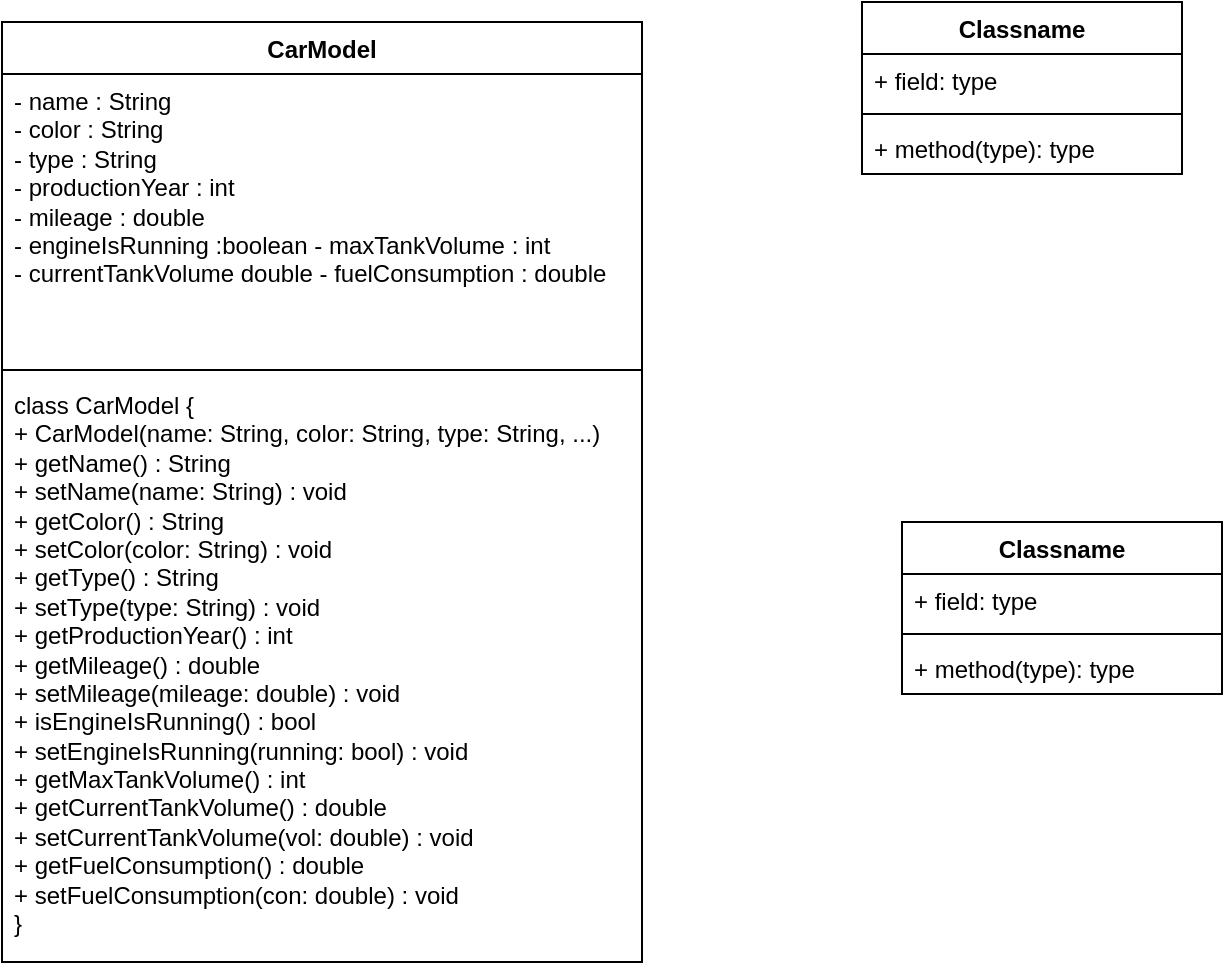
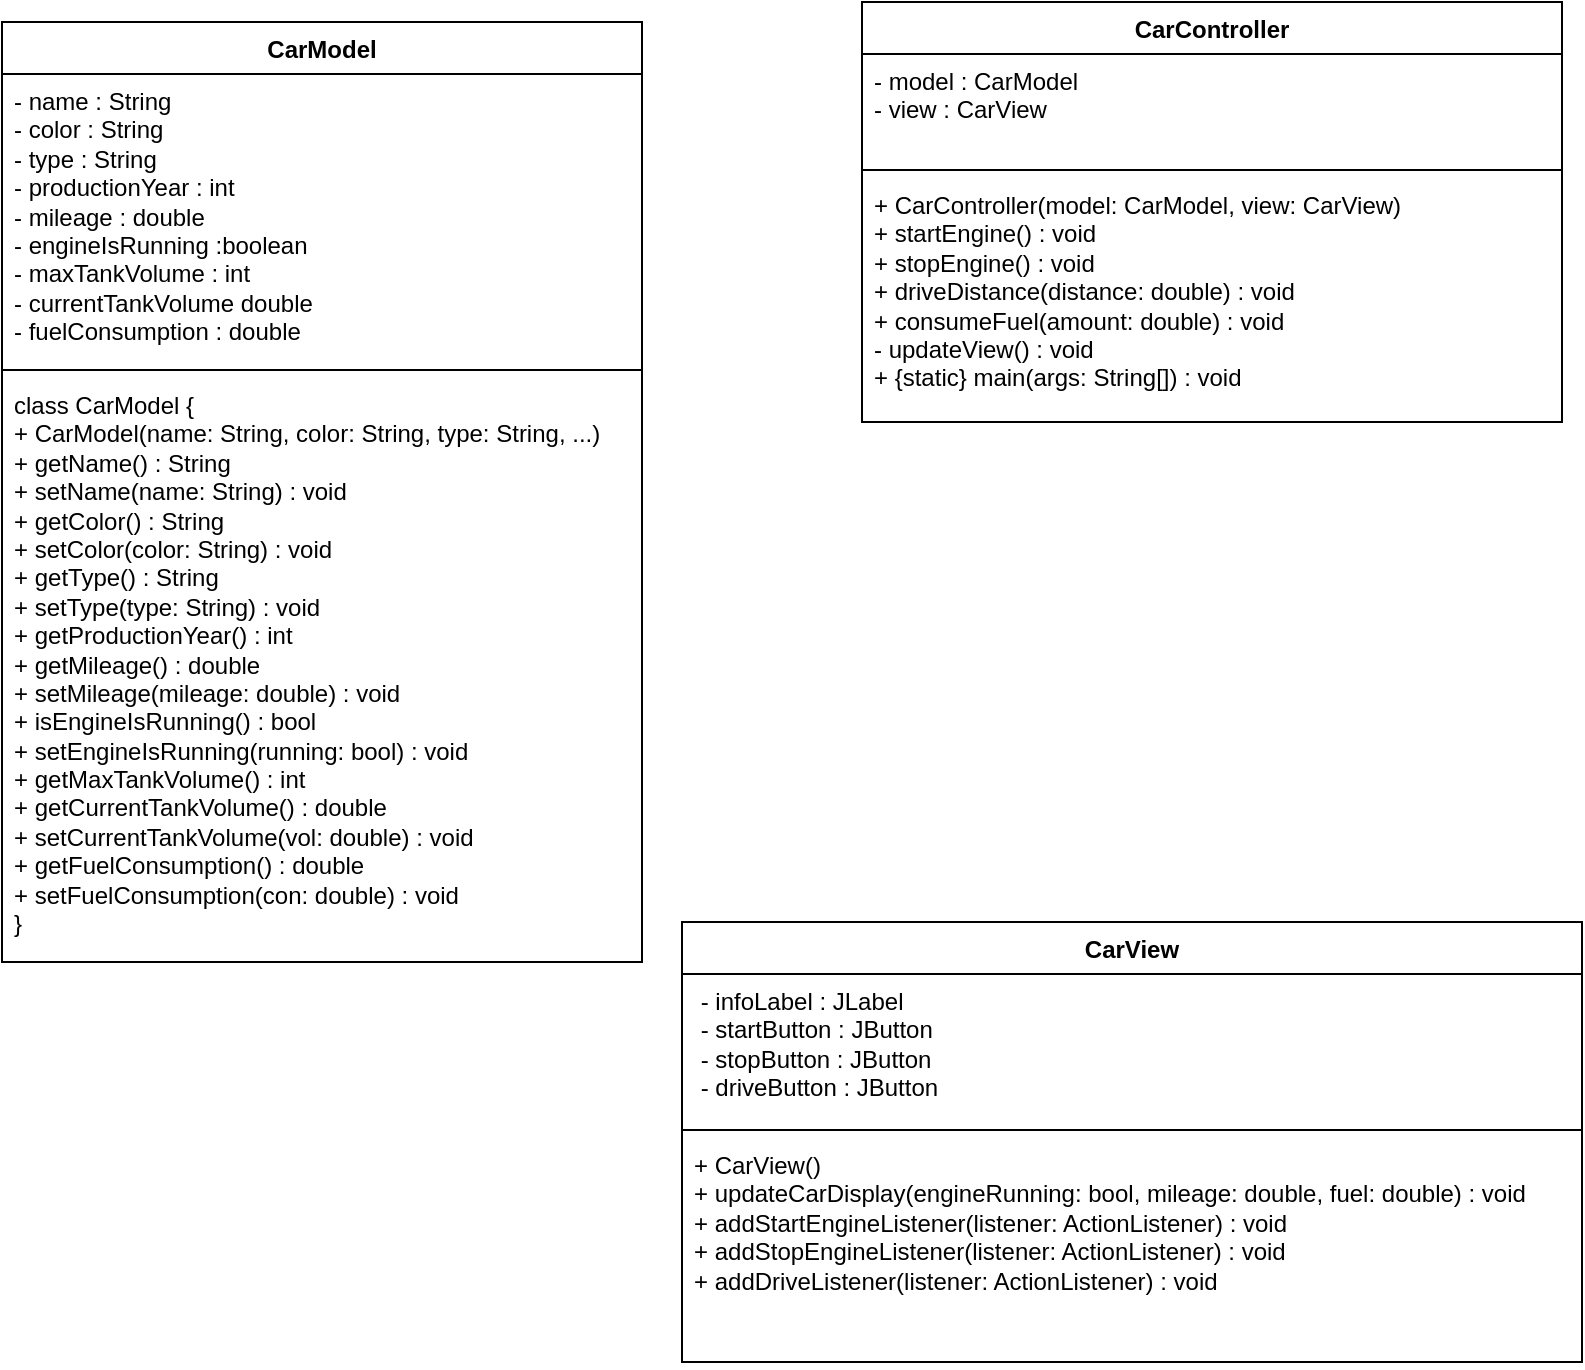
<mxfile host="65bd71144e">
    <diagram id="my_8Lq3BZul20H3SbmfF" name="Page-1">
-         <mxGraphModel dx="717" dy="693" grid="1" gridSize="10" guides="1" tooltips="1" connect="1" arrows="1" fold="1" page="1" pageScale="1" pageWidth="850" pageHeight="1100" math="0" shadow="0">
+         <mxGraphModel dx="850" dy="803" grid="1" gridSize="10" guides="1" tooltips="1" connect="1" arrows="1" fold="1" page="1" pageScale="1" pageWidth="850" pageHeight="1100" math="0" shadow="0">
            <root>
                <mxCell id="0"/>
                <mxCell id="1" parent="0"/>
-                 <mxCell id="22" value="Classname" style="swimlane;fontStyle=1;align=center;verticalAlign=top;childLayout=stackLayout;horizontal=1;startSize=26;horizontalStack=0;resizeParent=1;resizeParentMax=0;resizeLast=0;collapsible=1;marginBottom=0;whiteSpace=wrap;html=1;" vertex="1" parent="1">
-                     <mxGeometry x="500" y="380" width="160" height="86" as="geometry"/>
-                 </mxCell>
-                 <mxCell id="23" value="+ field: type" style="text;strokeColor=none;fillColor=none;align=left;verticalAlign=top;spacingLeft=4;spacingRight=4;overflow=hidden;rotatable=0;points=[[0,0.5],[1,0.5]];portConstraint=eastwest;whiteSpace=wrap;html=1;" vertex="1" parent="22">
-                     <mxGeometry y="26" width="160" height="26" as="geometry"/>
-                 </mxCell>
-                 <mxCell id="24" value="" style="line;strokeWidth=1;fillColor=none;align=left;verticalAlign=middle;spacingTop=-1;spacingLeft=3;spacingRight=3;rotatable=0;labelPosition=right;points=[];portConstraint=eastwest;strokeColor=inherit;" vertex="1" parent="22">
-                     <mxGeometry y="52" width="160" height="8" as="geometry"/>
-                 </mxCell>
-                 <mxCell id="25" value="+ method(type): type" style="text;strokeColor=none;fillColor=none;align=left;verticalAlign=top;spacingLeft=4;spacingRight=4;overflow=hidden;rotatable=0;points=[[0,0.5],[1,0.5]];portConstraint=eastwest;whiteSpace=wrap;html=1;" vertex="1" parent="22">
-                     <mxGeometry y="60" width="160" height="26" as="geometry"/>
-                 </mxCell>
-                 <mxCell id="26" value="CarModel" style="swimlane;fontStyle=1;align=center;verticalAlign=top;childLayout=stackLayout;horizontal=1;startSize=26;horizontalStack=0;resizeParent=1;resizeParentMax=0;resizeLast=0;collapsible=1;marginBottom=0;whiteSpace=wrap;html=1;" vertex="1" parent="1">
+                 <mxCell id="26" value="CarModel" style="swimlane;fontStyle=1;align=center;verticalAlign=top;childLayout=stackLayout;horizontal=1;startSize=26;horizontalStack=0;resizeParent=1;resizeParentMax=0;resizeLast=0;collapsible=1;marginBottom=0;whiteSpace=wrap;html=1;" parent="1" vertex="1">
                    <mxGeometry x="50" y="130" width="320" height="470" as="geometry"/>
                </mxCell>
-                 <mxCell id="27" value="- name : String&lt;br&gt;- color : String&lt;div&gt;- type : String&lt;br&gt;- productionYear : int&amp;nbsp;&lt;br&gt;- mileage : double&amp;nbsp; &lt;br&gt;- engineIsRunning :boolean - maxTankVolume : int&amp;nbsp;&lt;br&gt;- currentTankVolume double - fuelConsumption : double&lt;/div&gt;" style="text;strokeColor=none;fillColor=none;align=left;verticalAlign=top;spacingLeft=4;spacingRight=4;overflow=hidden;rotatable=0;points=[[0,0.5],[1,0.5]];portConstraint=eastwest;whiteSpace=wrap;html=1;" vertex="1" parent="26">
+                 <mxCell id="27" value="- name : String&lt;br&gt;- color : String&lt;div&gt;- type : String&lt;br&gt;- productionYear : int&amp;nbsp;&lt;br&gt;- mileage : double&amp;nbsp; &lt;br&gt;- engineIsRunning :boolean &lt;br&gt;- maxTankVolume : int&amp;nbsp;&lt;br&gt;- currentTankVolume double &lt;br&gt;- fuelConsumption : double&lt;/div&gt;" style="text;strokeColor=none;fillColor=none;align=left;verticalAlign=top;spacingLeft=4;spacingRight=4;overflow=hidden;rotatable=0;points=[[0,0.5],[1,0.5]];portConstraint=eastwest;whiteSpace=wrap;html=1;" parent="26" vertex="1">
                    <mxGeometry y="26" width="320" height="144" as="geometry"/>
                </mxCell>
-                 <mxCell id="28" value="" style="line;strokeWidth=1;fillColor=none;align=left;verticalAlign=middle;spacingTop=-1;spacingLeft=3;spacingRight=3;rotatable=0;labelPosition=right;points=[];portConstraint=eastwest;strokeColor=inherit;" vertex="1" parent="26">
+                 <mxCell id="28" value="" style="line;strokeWidth=1;fillColor=none;align=left;verticalAlign=middle;spacingTop=-1;spacingLeft=3;spacingRight=3;rotatable=0;labelPosition=right;points=[];portConstraint=eastwest;strokeColor=inherit;" parent="26" vertex="1">
                    <mxGeometry y="170" width="320" height="8" as="geometry"/>
                </mxCell>
-                 <mxCell id="29" value="class CarModel {&lt;br/&gt;    + CarModel(name: String, color: String, type: String, ...)&lt;br/&gt;    + getName() : String&lt;br/&gt;    + setName(name: String) : void&lt;br/&gt;    + getColor() : String&lt;br/&gt;    + setColor(color: String) : void&lt;br/&gt;    + getType() : String&lt;br/&gt;    + setType(type: String) : void&lt;br/&gt;    + getProductionYear() : int&lt;br/&gt;    + getMileage() : double&lt;br/&gt;    + setMileage(mileage: double) : void&lt;br/&gt;    + isEngineIsRunning() : bool&lt;br/&gt;    + setEngineIsRunning(running: bool) : void&lt;br/&gt;    + getMaxTankVolume() : int&lt;br/&gt;    + getCurrentTankVolume() : double&lt;br/&gt;    + setCurrentTankVolume(vol: double) : void&lt;br/&gt;    + getFuelConsumption() : double&lt;br/&gt;    + setFuelConsumption(con: double) : void&lt;br/&gt;}" style="text;strokeColor=none;fillColor=none;align=left;verticalAlign=top;spacingLeft=4;spacingRight=4;overflow=hidden;rotatable=0;points=[[0,0.5],[1,0.5]];portConstraint=eastwest;whiteSpace=wrap;html=1;" vertex="1" parent="26">
+                 <mxCell id="29" value="class CarModel {&lt;br/&gt;    + CarModel(name: String, color: String, type: String, ...)&lt;br/&gt;    + getName() : String&lt;br/&gt;    + setName(name: String) : void&lt;br/&gt;    + getColor() : String&lt;br/&gt;    + setColor(color: String) : void&lt;br/&gt;    + getType() : String&lt;br/&gt;    + setType(type: String) : void&lt;br/&gt;    + getProductionYear() : int&lt;br/&gt;    + getMileage() : double&lt;br/&gt;    + setMileage(mileage: double) : void&lt;br/&gt;    + isEngineIsRunning() : bool&lt;br/&gt;    + setEngineIsRunning(running: bool) : void&lt;br/&gt;    + getMaxTankVolume() : int&lt;br/&gt;    + getCurrentTankVolume() : double&lt;br/&gt;    + setCurrentTankVolume(vol: double) : void&lt;br/&gt;    + getFuelConsumption() : double&lt;br/&gt;    + setFuelConsumption(con: double) : void&lt;br/&gt;}" style="text;strokeColor=none;fillColor=none;align=left;verticalAlign=top;spacingLeft=4;spacingRight=4;overflow=hidden;rotatable=0;points=[[0,0.5],[1,0.5]];portConstraint=eastwest;whiteSpace=wrap;html=1;" parent="26" vertex="1">
                    <mxGeometry y="178" width="320" height="292" as="geometry"/>
                </mxCell>
-                 <mxCell id="30" value="Classname" style="swimlane;fontStyle=1;align=center;verticalAlign=top;childLayout=stackLayout;horizontal=1;startSize=26;horizontalStack=0;resizeParent=1;resizeParentMax=0;resizeLast=0;collapsible=1;marginBottom=0;whiteSpace=wrap;html=1;" vertex="1" parent="1">
-                     <mxGeometry x="480" y="120" width="160" height="86" as="geometry"/>
+                 <mxCell id="30" value="CarController" style="swimlane;fontStyle=1;align=center;verticalAlign=top;childLayout=stackLayout;horizontal=1;startSize=26;horizontalStack=0;resizeParent=1;resizeParentMax=0;resizeLast=0;collapsible=1;marginBottom=0;whiteSpace=wrap;html=1;" parent="1" vertex="1">
+                     <mxGeometry x="480" y="120" width="350" height="210" as="geometry"/>
                </mxCell>
-                 <mxCell id="31" value="+ field: type" style="text;strokeColor=none;fillColor=none;align=left;verticalAlign=top;spacingLeft=4;spacingRight=4;overflow=hidden;rotatable=0;points=[[0,0.5],[1,0.5]];portConstraint=eastwest;whiteSpace=wrap;html=1;" vertex="1" parent="30">
-                     <mxGeometry y="26" width="160" height="26" as="geometry"/>
+                 <mxCell id="31" value="- model : CarModel&lt;br&gt;- view : CarView" style="text;strokeColor=none;fillColor=none;align=left;verticalAlign=top;spacingLeft=4;spacingRight=4;overflow=hidden;rotatable=0;points=[[0,0.5],[1,0.5]];portConstraint=eastwest;whiteSpace=wrap;html=1;" parent="30" vertex="1">
+                     <mxGeometry y="26" width="350" height="54" as="geometry"/>
                </mxCell>
-                 <mxCell id="32" value="" style="line;strokeWidth=1;fillColor=none;align=left;verticalAlign=middle;spacingTop=-1;spacingLeft=3;spacingRight=3;rotatable=0;labelPosition=right;points=[];portConstraint=eastwest;strokeColor=inherit;" vertex="1" parent="30">
-                     <mxGeometry y="52" width="160" height="8" as="geometry"/>
+                 <mxCell id="32" value="" style="line;strokeWidth=1;fillColor=none;align=left;verticalAlign=middle;spacingTop=-1;spacingLeft=3;spacingRight=3;rotatable=0;labelPosition=right;points=[];portConstraint=eastwest;strokeColor=inherit;" parent="30" vertex="1">
+                     <mxGeometry y="80" width="350" height="8" as="geometry"/>
                </mxCell>
-                 <mxCell id="33" value="+ method(type): type" style="text;strokeColor=none;fillColor=none;align=left;verticalAlign=top;spacingLeft=4;spacingRight=4;overflow=hidden;rotatable=0;points=[[0,0.5],[1,0.5]];portConstraint=eastwest;whiteSpace=wrap;html=1;" vertex="1" parent="30">
-                     <mxGeometry y="60" width="160" height="26" as="geometry"/>
+                 <mxCell id="33" value="+ CarController(model: CarModel, view: CarView)&lt;br&gt;+ startEngine() : void&lt;br&gt;+ stopEngine() : void&lt;br&gt;+ driveDistance(distance: double) : void&lt;br&gt;+ consumeFuel(amount: double) : void&lt;br&gt;- updateView() : void&lt;br&gt;+ {static} main(args: String[]) : void&lt;br&gt;&lt;br&gt;&lt;div&gt;&lt;br&gt;&lt;/div&gt;" style="text;strokeColor=none;fillColor=none;align=left;verticalAlign=top;spacingLeft=4;spacingRight=4;overflow=hidden;rotatable=0;points=[[0,0.5],[1,0.5]];portConstraint=eastwest;whiteSpace=wrap;html=1;" parent="30" vertex="1">
+                     <mxGeometry y="88" width="350" height="122" as="geometry"/>
+                 </mxCell>
+                 <mxCell id="36" value="CarView" style="swimlane;fontStyle=1;align=center;verticalAlign=top;childLayout=stackLayout;horizontal=1;startSize=26;horizontalStack=0;resizeParent=1;resizeParentMax=0;resizeLast=0;collapsible=1;marginBottom=0;whiteSpace=wrap;html=1;" vertex="1" parent="1">
+                     <mxGeometry x="390" y="580" width="450" height="220" as="geometry"/>
+                 </mxCell>
+                 <mxCell id="37" value="&amp;nbsp;- infoLabel : JLabel&lt;br&gt;&amp;nbsp;- startButton : JButton&lt;br&gt;&amp;nbsp;- stopButton : JButton&lt;br&gt;&amp;nbsp;- driveButton : JButton" style="text;strokeColor=none;fillColor=none;align=left;verticalAlign=top;spacingLeft=4;spacingRight=4;overflow=hidden;rotatable=0;points=[[0,0.5],[1,0.5]];portConstraint=eastwest;whiteSpace=wrap;html=1;" vertex="1" parent="36">
+                     <mxGeometry y="26" width="450" height="74" as="geometry"/>
+                 </mxCell>
+                 <mxCell id="38" value="" style="line;strokeWidth=1;fillColor=none;align=left;verticalAlign=middle;spacingTop=-1;spacingLeft=3;spacingRight=3;rotatable=0;labelPosition=right;points=[];portConstraint=eastwest;strokeColor=inherit;" vertex="1" parent="36">
+                     <mxGeometry y="100" width="450" height="8" as="geometry"/>
+                 </mxCell>
+                 <mxCell id="39" value="+ CarView()&lt;br&gt;+ updateCarDisplay(engineRunning: bool, mileage: double, fuel: double) : void&lt;br&gt;    + addStartEngineListener(listener: ActionListener) : void&lt;br&gt;    + addStopEngineListener(listener: ActionListener) : void&lt;br&gt;    + addDriveListener(listener: ActionListener) : void" style="text;strokeColor=none;fillColor=none;align=left;verticalAlign=top;spacingLeft=4;spacingRight=4;overflow=hidden;rotatable=0;points=[[0,0.5],[1,0.5]];portConstraint=eastwest;whiteSpace=wrap;html=1;" vertex="1" parent="36">
+                     <mxGeometry y="108" width="450" height="112" as="geometry"/>
                </mxCell>
            </root>
        </mxGraphModel>
    </diagram>
</mxfile>